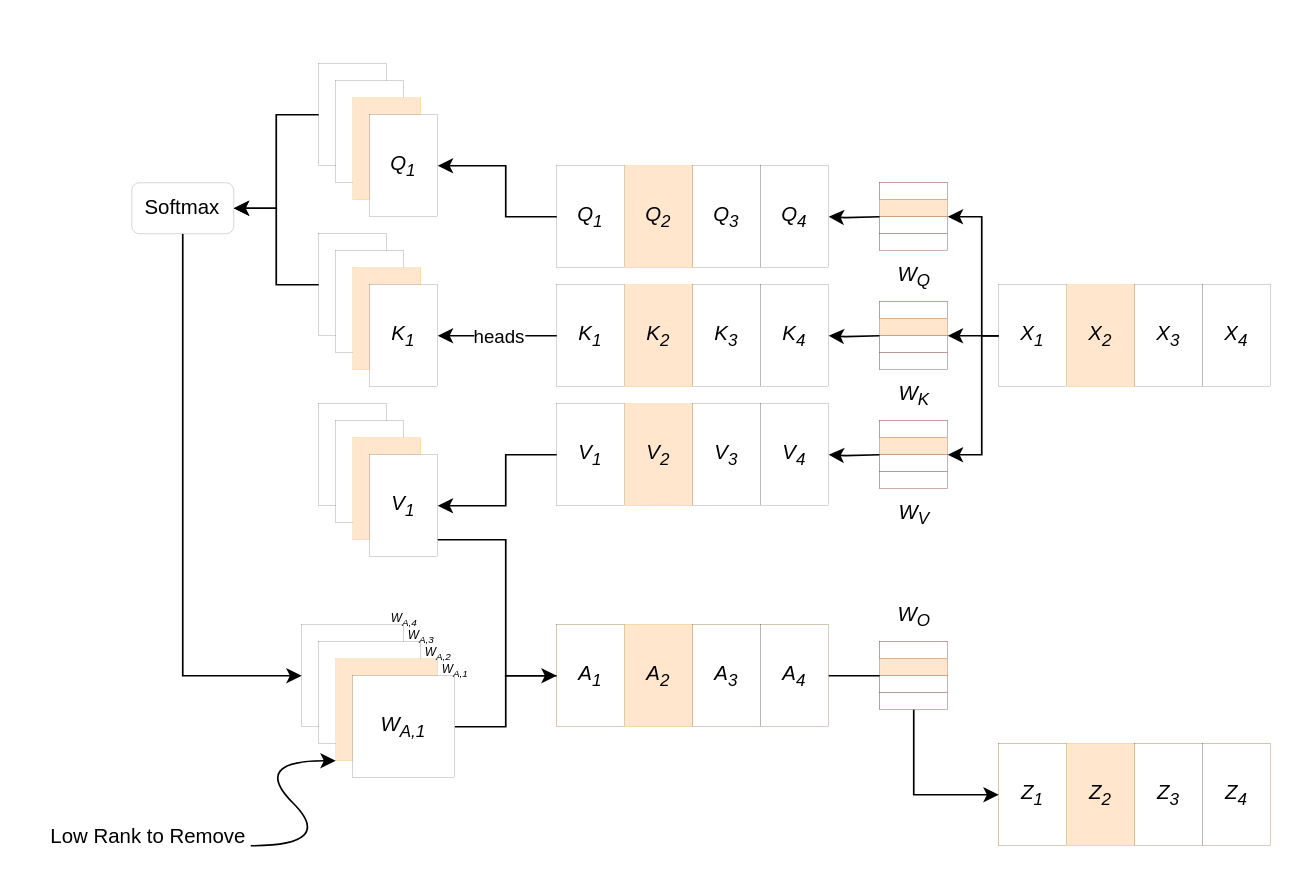
ZhangzeqingCN/api-project keeps this draw.io diagram as 未命名绘图.drawio. Above is the earlier version. Source tidied: cells renumbered, new cells numbered last; positions are measured from the earlier drawing's top-left corner, leaving out a move shared by most shapes. Both pictures are drawn from the tidied source at 170%, with x=0, y=0 at pixel (29, 63).
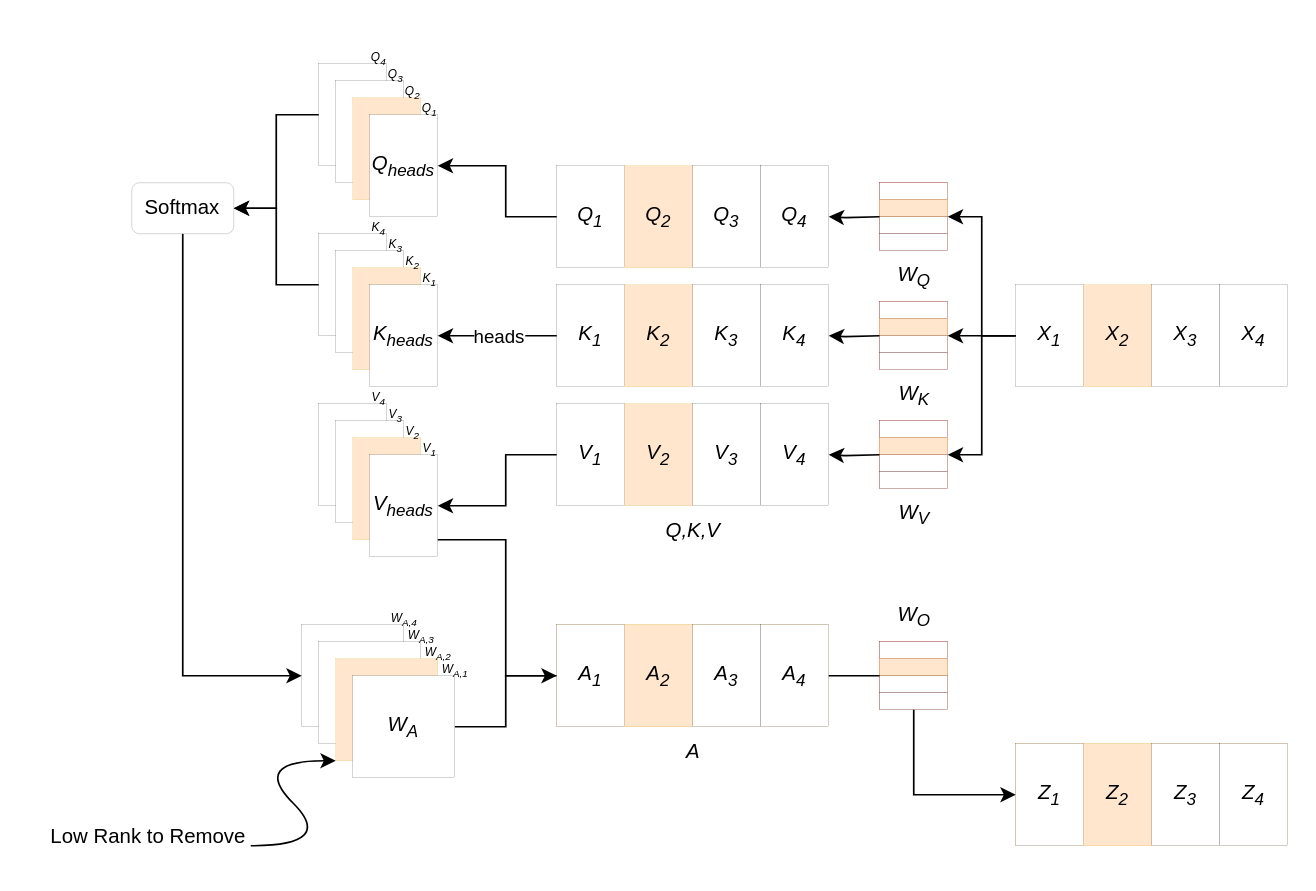
The same page after the edit.

Commit message (it also covers changes not shown here):
更新未命名绘图.drawio

The change refers to these unchanged cells:
```xml
<mxCell id="26" style="group;strokeWidth=0;" parent="1" vertex="1">
  <mxGeometry x="170" width="70" height="90" as="geometry" />
</mxCell>
<mxCell id="31" style="group;strokeWidth=0;" parent="1" vertex="1">
  <mxGeometry x="170" y="100" width="70" height="90" as="geometry" />
</mxCell>
<mxCell id="45" style="group;" parent="1" vertex="1">
  <mxGeometry x="160" y="330" width="90" height="90" as="geometry" />
</mxCell>
```

What changed in the source:
```diff
@@
     <mxCell id="17" style="group;strokeWidth=0;" parent="1" vertex="1">
-      <mxGeometry x="570" y="130" width="160" height="60" as="geometry" />
+      <mxGeometry x="580" y="130" width="160" height="60" as="geometry" />
     </mxCell>
@@
-    <mxCell id="30" value="&lt;i&gt;Q&lt;sub&gt;1&lt;/sub&gt;&lt;/i&gt;" style="rounded=0;whiteSpace=wrap;html=1;strokeWidth=0;" parent="26" vertex="1">
+    <mxCell id="30" value="&lt;i&gt;Q&lt;sub&gt;heads&lt;/sub&gt;&lt;/i&gt;" style="rounded=0;whiteSpace=wrap;html=1;strokeWidth=0;" parent="26" vertex="1">
       <mxGeometry x="30" y="30" width="40" height="60" as="geometry" />
     </mxCell>
@@
-    <mxCell id="35" value="&lt;i&gt;K&lt;sub&gt;1&lt;/sub&gt;&lt;/i&gt;" style="rounded=0;whiteSpace=wrap;html=1;strokeWidth=0;" parent="31" vertex="1">
+    <mxCell id="35" value="&lt;i&gt;K&lt;sub&gt;heads&lt;/sub&gt;&lt;/i&gt;" style="rounded=0;whiteSpace=wrap;html=1;strokeWidth=0;" parent="31" vertex="1">
       <mxGeometry x="30" y="30" width="40" height="60" as="geometry" />
     </mxCell>
     <mxCell id="36" style="group;strokeWidth=0;" parent="1" vertex="1">
-      <mxGeometry x="170" y="200" width="70" height="90" as="geometry" />
+      <mxGeometry x="170" y="200" width="80" height="90" as="geometry" />
     </mxCell>
@@
-    <mxCell id="40" value="&lt;i&gt;V&lt;sub&gt;1&lt;/sub&gt;&lt;/i&gt;" style="rounded=0;whiteSpace=wrap;html=1;strokeWidth=0;" parent="36" vertex="1">
+    <mxCell id="40" value="&lt;i&gt;V&lt;sub&gt;heads&lt;/sub&gt;&lt;/i&gt;" style="rounded=0;whiteSpace=wrap;html=1;strokeWidth=0;" parent="36" vertex="1">
       <mxGeometry x="30" y="30" width="40" height="60" as="geometry" />
     </mxCell>
+    <mxCell id="100" value="&lt;i style=&quot;text-wrap-mode: wrap;&quot;&gt;&lt;font style=&quot;font-size: 7px;&quot;&gt;V&lt;sub style=&quot;&quot;&gt;4&lt;/sub&gt;&lt;/font&gt;&lt;/i&gt;" style="text;html=1;align=center;verticalAlign=middle;strokeColor=none;fillColor=none;" parent="36" vertex="1">
+      <mxGeometry x="20" y="-20" width="30" height="30" as="geometry" />
+    </mxCell>
+    <mxCell id="101" value="&lt;i style=&quot;text-wrap-mode: wrap;&quot;&gt;&lt;font style=&quot;font-size: 7px;&quot;&gt;V&lt;sub style=&quot;&quot;&gt;3&lt;/sub&gt;&lt;/font&gt;&lt;/i&gt;" style="text;html=1;align=center;verticalAlign=middle;strokeColor=none;fillColor=none;" parent="36" vertex="1">
+      <mxGeometry x="30" y="-10" width="30" height="30" as="geometry" />
+    </mxCell>
+    <mxCell id="102" value="&lt;i style=&quot;text-wrap-mode: wrap;&quot;&gt;&lt;font style=&quot;font-size: 7px;&quot;&gt;V&lt;sub style=&quot;&quot;&gt;2&lt;/sub&gt;&lt;/font&gt;&lt;/i&gt;" style="text;html=1;align=center;verticalAlign=middle;strokeColor=none;fillColor=none;" parent="36" vertex="1">
+      <mxGeometry x="40" width="30" height="30" as="geometry" />
+    </mxCell>
+    <mxCell id="103" value="&lt;i style=&quot;text-wrap-mode: wrap;&quot;&gt;&lt;font style=&quot;font-size: 7px;&quot;&gt;V&lt;sub style=&quot;&quot;&gt;1&lt;/sub&gt;&lt;/font&gt;&lt;/i&gt;" style="text;html=1;align=center;verticalAlign=middle;strokeColor=none;fillColor=none;" parent="36" vertex="1">
+      <mxGeometry x="50" y="10" width="30" height="30" as="geometry" />
+    </mxCell>
@@
-    <mxCell id="50" value="&lt;i&gt;W&lt;sub&gt;A,1&lt;/sub&gt;&lt;/i&gt;" style="rounded=0;whiteSpace=wrap;html=1;strokeWidth=0;" parent="45" vertex="1">
+    <mxCell id="50" value="&lt;i&gt;W&lt;sub&gt;A&lt;/sub&gt;&lt;/i&gt;" style="rounded=0;whiteSpace=wrap;html=1;strokeWidth=0;" parent="45" vertex="1">
       <mxGeometry x="30" y="30" width="60" height="60" as="geometry" />
     </mxCell>
@@
     <mxCell id="64" style="group;fillColor=#ffe6cc;strokeColor=#d79b00;strokeWidth=0;" parent="1" vertex="1">
-      <mxGeometry x="570" y="400" width="160" height="60" as="geometry" />
+      <mxGeometry x="580" y="400" width="160" height="60" as="geometry" />
     </mxCell>
@@
-    <mxCell id="75" value="&lt;i style=&quot;text-wrap-mode: wrap;&quot;&gt;W&lt;sub&gt;V&lt;/sub&gt;&lt;/i&gt;" style="text;html=1;align=center;verticalAlign=middle;strokeColor=none;fillColor=none;" parent="1" vertex="1">
-      <mxGeometry x="500" y="250" width="40" height="30" as="geometry" />
-    </mxCell>
-    <mxCell id="76" style="group;fillColor=#e51400;fontColor=#ffffff;strokeColor=#B20000;strokeWidth=0;" parent="1" vertex="1">
-      <mxGeometry x="500" y="210" width="40" height="40" as="geometry" />
-    </mxCell>
-    <mxCell id="77" style="whiteSpace=wrap;html=1;strokeWidth=0;" parent="76" vertex="1">
-      <mxGeometry width="40" height="10" as="geometry" />
-    </mxCell>
-    <mxCell id="78" style="whiteSpace=wrap;html=1;fillColor=#ffe6cc;strokeColor=#d79b00;strokeWidth=0;" parent="76" vertex="1">
-      <mxGeometry y="10" width="40" height="10" as="geometry" />
-    </mxCell>
-    <mxCell id="79" style="whiteSpace=wrap;html=1;strokeWidth=0;" parent="76" vertex="1">
-      <mxGeometry y="20" width="40" height="10" as="geometry" />
-    </mxCell>
-    <mxCell id="80" style="whiteSpace=wrap;html=1;strokeWidth=0;" parent="76" vertex="1">
-      <mxGeometry y="30" width="40" height="10" as="geometry" />
-    </mxCell>
@@
+    <mxCell id="104" value="&lt;i style=&quot;text-wrap-mode: wrap;&quot;&gt;A&lt;/i&gt;" style="text;html=1;align=center;verticalAlign=middle;strokeColor=none;fillColor=none;" parent="1" vertex="1">
+      <mxGeometry x="375" y="390" width="30" height="30" as="geometry" />
+    </mxCell>
+    <mxCell id="105" style="group;" parent="1" vertex="1">
+      <mxGeometry x="500" y="210" width="40" height="70" as="geometry" />
+    </mxCell>
+    <mxCell id="75" value="&lt;i style=&quot;text-wrap-mode: wrap;&quot;&gt;W&lt;sub&gt;V&lt;/sub&gt;&lt;/i&gt;" style="text;html=1;align=center;verticalAlign=middle;strokeColor=none;fillColor=none;" parent="105" vertex="1">
+      <mxGeometry y="40" width="40" height="30" as="geometry" />
+    </mxCell>
+    <mxCell id="76" style="group;fillColor=#e51400;fontColor=#ffffff;strokeColor=#B20000;strokeWidth=0;" parent="105" vertex="1">
+      <mxGeometry width="40" height="40" as="geometry" />
+    </mxCell>
+    <mxCell id="77" style="whiteSpace=wrap;html=1;strokeWidth=0;" parent="76" vertex="1">
+      <mxGeometry width="40" height="10" as="geometry" />
+    </mxCell>
+    <mxCell id="78" style="whiteSpace=wrap;html=1;fillColor=#ffe6cc;strokeColor=#d79b00;strokeWidth=0;" parent="76" vertex="1">
+      <mxGeometry y="10" width="40" height="10" as="geometry" />
+    </mxCell>
+    <mxCell id="79" style="whiteSpace=wrap;html=1;strokeWidth=0;" parent="76" vertex="1">
+      <mxGeometry y="20" width="40" height="10" as="geometry" />
+    </mxCell>
+    <mxCell id="80" style="whiteSpace=wrap;html=1;strokeWidth=0;" parent="76" vertex="1">
+      <mxGeometry y="30" width="40" height="10" as="geometry" />
+    </mxCell>
+    <mxCell id="106" value="&lt;i style=&quot;text-wrap-mode: wrap;&quot;&gt;Q,K,V&lt;/i&gt;" style="text;html=1;align=center;verticalAlign=middle;strokeColor=none;fillColor=none;" parent="1" vertex="1">
+      <mxGeometry x="360" y="260" width="60" height="30" as="geometry" />
+    </mxCell>
+    <mxCell id="107" value="&lt;i style=&quot;text-wrap-mode: wrap;&quot;&gt;&lt;font style=&quot;font-size: 7px;&quot;&gt;K&lt;sub style=&quot;&quot;&gt;2&lt;/sub&gt;&lt;/font&gt;&lt;/i&gt;" style="text;html=1;align=center;verticalAlign=middle;strokeColor=none;fillColor=none;" parent="1" vertex="1">
+      <mxGeometry x="210" y="100" width="30" height="30" as="geometry" />
+    </mxCell>
+    <mxCell id="108" value="&lt;i style=&quot;text-wrap-mode: wrap;&quot;&gt;&lt;font style=&quot;font-size: 7px;&quot;&gt;K&lt;sub style=&quot;&quot;&gt;3&lt;/sub&gt;&lt;/font&gt;&lt;/i&gt;" style="text;html=1;align=center;verticalAlign=middle;strokeColor=none;fillColor=none;" parent="1" vertex="1">
+      <mxGeometry x="200" y="90" width="30" height="30" as="geometry" />
+    </mxCell>
+    <mxCell id="109" value="&lt;i style=&quot;text-wrap-mode: wrap;&quot;&gt;&lt;font style=&quot;font-size: 7px;&quot;&gt;K&lt;sub style=&quot;&quot;&gt;4&lt;/sub&gt;&lt;/font&gt;&lt;/i&gt;" style="text;html=1;align=center;verticalAlign=middle;strokeColor=none;fillColor=none;" parent="1" vertex="1">
+      <mxGeometry x="190" y="80" width="30" height="30" as="geometry" />
+    </mxCell>
+    <mxCell id="110" value="&lt;i style=&quot;text-wrap-mode: wrap;&quot;&gt;&lt;font style=&quot;font-size: 7px;&quot;&gt;K&lt;sub style=&quot;&quot;&gt;1&lt;/sub&gt;&lt;/font&gt;&lt;/i&gt;" style="text;html=1;align=center;verticalAlign=middle;strokeColor=none;fillColor=none;" parent="1" vertex="1">
+      <mxGeometry x="220" y="110" width="30" height="30" as="geometry" />
+    </mxCell>
+    <mxCell id="111" value="&lt;i style=&quot;text-wrap-mode: wrap;&quot;&gt;&lt;font style=&quot;font-size: 7px;&quot;&gt;Q&lt;sub style=&quot;&quot;&gt;2&lt;/sub&gt;&lt;/font&gt;&lt;/i&gt;" style="text;html=1;align=center;verticalAlign=middle;strokeColor=none;fillColor=none;" parent="1" vertex="1">
+      <mxGeometry x="210" width="30" height="30" as="geometry" />
+    </mxCell>
+    <mxCell id="112" value="&lt;i style=&quot;text-wrap-mode: wrap;&quot;&gt;&lt;font style=&quot;font-size: 7px;&quot;&gt;Q&lt;sub style=&quot;&quot;&gt;3&lt;/sub&gt;&lt;/font&gt;&lt;/i&gt;" style="text;html=1;align=center;verticalAlign=middle;strokeColor=none;fillColor=none;" parent="1" vertex="1">
+      <mxGeometry x="200" y="-10" width="30" height="30" as="geometry" />
+    </mxCell>
+    <mxCell id="113" value="&lt;i style=&quot;text-wrap-mode: wrap;&quot;&gt;&lt;font style=&quot;font-size: 7px;&quot;&gt;Q&lt;sub style=&quot;&quot;&gt;4&lt;/sub&gt;&lt;/font&gt;&lt;/i&gt;" style="text;html=1;align=center;verticalAlign=middle;strokeColor=none;fillColor=none;" parent="1" vertex="1">
+      <mxGeometry x="190" y="-20" width="30" height="30" as="geometry" />
+    </mxCell>
+    <mxCell id="114" value="&lt;i style=&quot;text-wrap-mode: wrap;&quot;&gt;&lt;font style=&quot;font-size: 7px;&quot;&gt;Q&lt;sub style=&quot;&quot;&gt;1&lt;/sub&gt;&lt;/font&gt;&lt;/i&gt;" style="text;html=1;align=center;verticalAlign=middle;strokeColor=none;fillColor=none;" parent="1" vertex="1">
+      <mxGeometry x="220" y="10" width="30" height="30" as="geometry" />
+    </mxCell>
```
